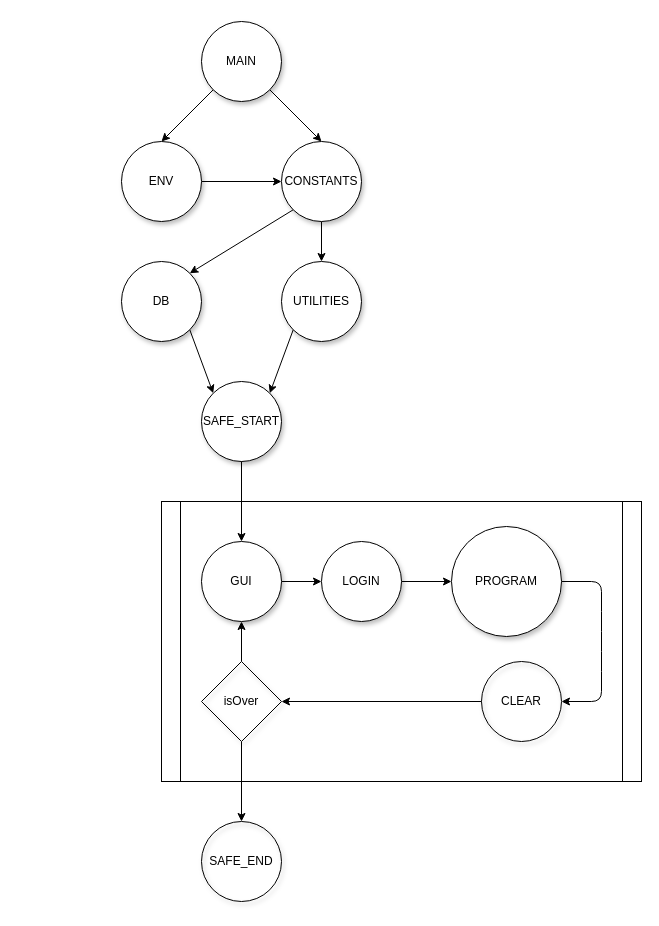
Earlier version of the draw.io diagram page "PROGRAM_FLOW" (1 of 10) of scheme.drawio (SplishBoom/Transkript-Manager). Source tidied: cells renumbered, new cells numbered last; positions are measured from the earlier drawing's top-left corner, leaving out a move shared by most shapes. Both pictures are drawn from the tidied source at 100%, with x=0, y=0 at pixel (121, 21).
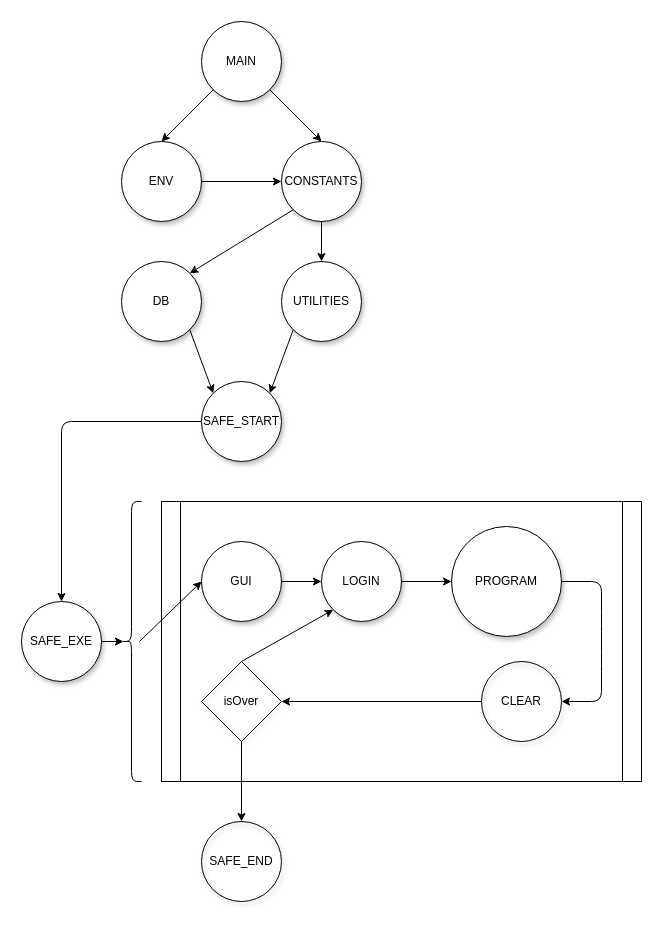
The same diagram, later.

Unchanged cells that the change refers to:
```xml
<mxCell id="14" value="SAFE_START" style="ellipse;whiteSpace=wrap;html=1;shadow=1;sketch=0;" parent="1" vertex="1">
  <mxGeometry x="80" y="360" width="80" height="80" as="geometry" />
</mxCell>
<mxCell id="19" value="GUI" style="ellipse;whiteSpace=wrap;html=1;shadow=1;sketch=0;" parent="1" vertex="1">
  <mxGeometry x="80" y="520" width="80" height="80" as="geometry" />
</mxCell>
<mxCell id="21" value="LOGIN" style="ellipse;whiteSpace=wrap;html=1;shadow=1;sketch=0;" parent="1" vertex="1">
  <mxGeometry x="200" y="520" width="80" height="80" as="geometry" />
</mxCell>
<mxCell id="28" value="isOver" style="rhombus;whiteSpace=wrap;html=1;fillColor=none;shadow=1;sketch=0;" parent="1" vertex="1">
  <mxGeometry x="80" y="640" width="80" height="80" as="geometry" />
</mxCell>
```

What changed in the source:
```diff
@@
+    <mxCell id="29" style="edgeStyle=none;html=1;exitX=0;exitY=0.5;exitDx=0;exitDy=0;entryX=0.5;entryY=0;entryDx=0;entryDy=0;" parent="1" edge="1" source="14" target="33">
+      <mxGeometry relative="1" as="geometry">
+        <Array as="points">
+          <mxPoint x="-60" y="400" />
+        </Array>
+      </mxGeometry>
+    </mxCell>
@@
-    <mxCell id="17" style="edgeStyle=none;html=1;entryX=0.5;entryY=0;entryDx=0;entryDy=0;exitX=0.5;exitY=1;exitDx=0;exitDy=0;" parent="1" edge="1" source="14" target="19">
-      <mxGeometry relative="1" as="geometry" />
-    </mxCell>
@@
-    <mxCell id="26" style="edgeStyle=none;html=1;exitX=0.5;exitY=0;exitDx=0;exitDy=0;entryX=0.5;entryY=1;entryDx=0;entryDy=0;" parent="1" edge="1" source="28" target="19">
+    <mxCell id="26" style="edgeStyle=none;html=1;exitX=0.5;exitY=0;exitDx=0;exitDy=0;entryX=0;entryY=1;entryDx=0;entryDy=0;" parent="1" edge="1" source="28" target="21">
       <mxGeometry relative="1" as="geometry" />
     </mxCell>
@@
+    <mxCell id="30" style="edgeStyle=none;html=1;exitX=0.9;exitY=0.5;exitDx=0;exitDy=0;exitPerimeter=0;entryX=0;entryY=0.5;entryDx=0;entryDy=0;" parent="1" edge="1" source="31" target="19">
+      <mxGeometry relative="1" as="geometry" />
+    </mxCell>
+    <mxCell id="31" style="shape=curlyBracket;whiteSpace=wrap;html=1;rounded=1;labelPosition=left;verticalLabelPosition=middle;align=right;verticalAlign=middle;" parent="1" vertex="1">
+      <mxGeometry y="480" width="20" height="280" as="geometry" />
+    </mxCell>
+    <mxCell id="32" style="edgeStyle=none;html=1;exitX=1;exitY=0.5;exitDx=0;exitDy=0;entryX=0.1;entryY=0.5;entryDx=0;entryDy=0;entryPerimeter=0;" parent="1" edge="1" source="33" target="31">
+      <mxGeometry relative="1" as="geometry" />
+    </mxCell>
+    <mxCell id="33" value="SAFE_EXE" style="ellipse;whiteSpace=wrap;html=1;shadow=1;sketch=0;" parent="1" vertex="1">
+      <mxGeometry x="-100" y="580" width="80" height="80" as="geometry" />
+    </mxCell>
```
